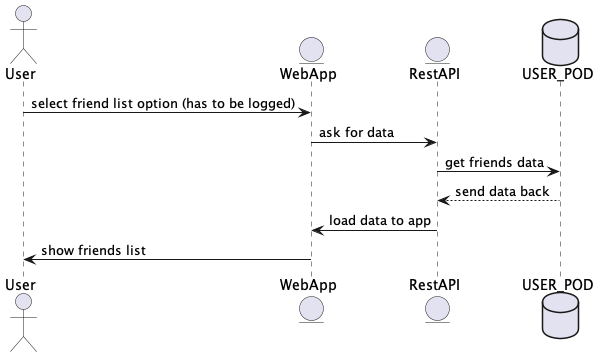
Earlier version of the PlantUML export images/Friends list diagram.png (Arquisoft/lomap_es5c).
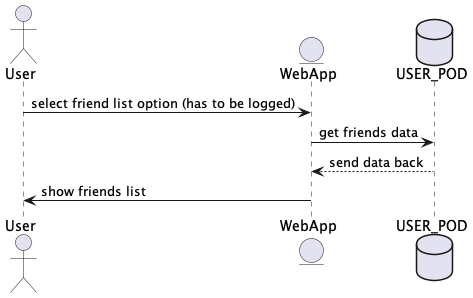
After the change.

What changed in the source:
```diff
@@ -1,13 +1,10 @@
 @startuml
 actor User
 entity EntityWeb as "WebApp"
-entity EntityRest as "RestAPI"
 database Pod as "USER_POD"
 
 User -> EntityWeb: select friend list option (has to be logged)
-EntityWeb -> EntityRest: ask for data
-EntityRest -> Pod: get friends data
-Pod --> EntityRest: send data back
-EntityRest -> EntityWeb: load data to app
+EntityWeb -> Pod: get friends data
+Pod --> EntityWeb: send data back
 EntityWeb -> User: show friends list
 @enduml
```
